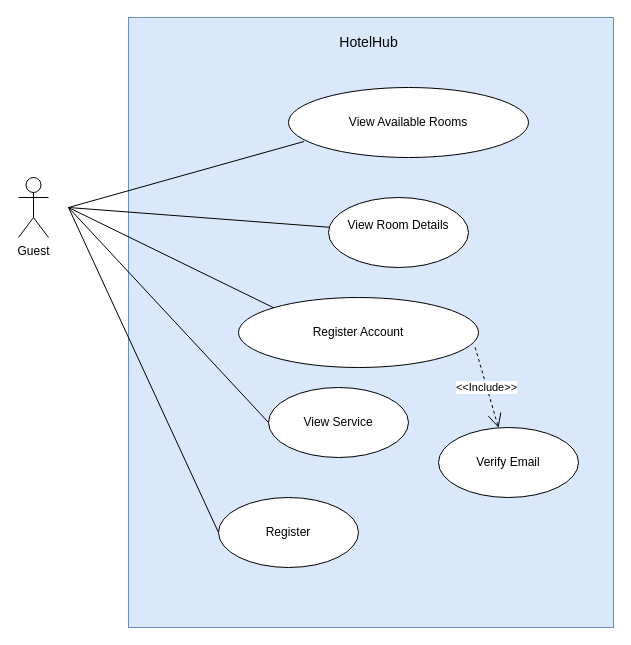
Before: page "UCs for Online-Guest" (1 of 4) of UseCase.drawio in toikobi401/SWP391_HotelManagement, a draw.io diagram. Source tidied: cells renumbered, new cells numbered last; positions are measured from the earlier drawing's top-left corner, leaving out a move shared by most shapes. Both pictures are drawn from the tidied source at 100%, with x=0, y=0 at pixel (18, 17).
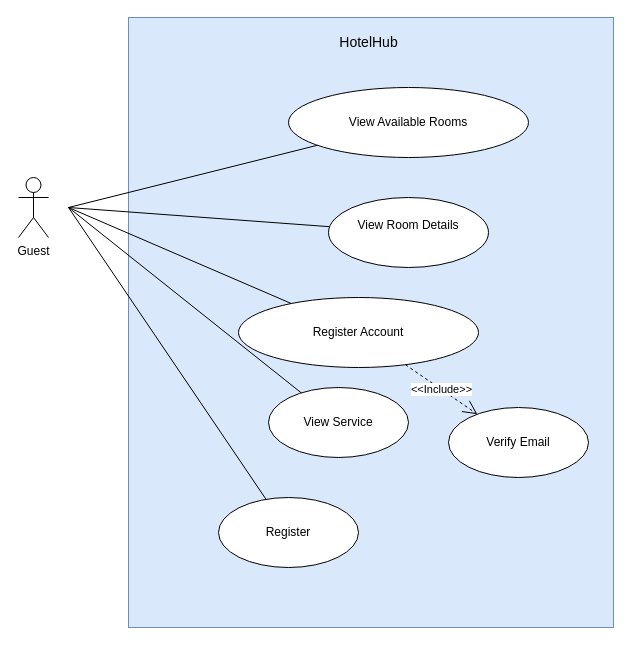
The same page after the edit.

The change refers to these unchanged cells:
```xml
<mxCell id="4" value="View Available Rooms" style="ellipse;whiteSpace=wrap;html=1;" parent="1" vertex="1">
  <mxGeometry x="270" y="70" width="240" height="70" as="geometry" />
</mxCell>
<mxCell id="8" value="Register Account" style="ellipse;whiteSpace=wrap;html=1;" parent="1" vertex="1">
  <mxGeometry x="220" y="280" width="240" height="70" as="geometry" />
</mxCell>
<mxCell id="9" value="View Service" style="ellipse;whiteSpace=wrap;html=1;" parent="1" vertex="1">
  <mxGeometry x="250" y="370" width="140" height="70" as="geometry" />
</mxCell>
<mxCell id="10" value="Register" style="ellipse;whiteSpace=wrap;html=1;" parent="1" vertex="1">
  <mxGeometry x="200" y="480" width="140" height="70" as="geometry" />
</mxCell>
```

Diff of the diagram source:
```diff
@@
-    <mxCell id="5" style="endArrow=none;html=1;rounded=0;entryX=0.065;entryY=0.771;entryDx=0;entryDy=0;entryPerimeter=0;" parent="1" edge="1" target="4">
+    <mxCell id="5" style="endArrow=none;html=1;rounded=0;" parent="1" edge="1" target="4">
       <mxGeometry relative="1" as="geometry">
         <mxPoint x="50" y="190" as="sourcePoint" />
       </mxGeometry>
     </mxCell>
@@
     <mxCell id="7" value="&#10;View Room Details&#10;&#10;" style="ellipse;whiteSpace=wrap;html=1;" parent="1" vertex="1">
-      <mxGeometry x="310" y="180" width="140" height="70" as="geometry" />
+      <mxGeometry x="310" y="180" width="160" height="70" as="geometry" />
     </mxCell>
@@
-    <mxCell id="11" style="endArrow=none;html=1;rounded=0;entryX=0;entryY=0;entryDx=0;entryDy=0;" parent="1" edge="1" target="8">
+    <mxCell id="11" style="endArrow=none;html=1;rounded=0;" parent="1" edge="1" target="8">
       <mxGeometry relative="1" as="geometry">
         <mxPoint x="50" y="190" as="sourcePoint" />
       </mxGeometry>
     </mxCell>
-    <mxCell id="12" style="endArrow=none;html=1;rounded=0;entryX=0;entryY=0.5;entryDx=0;entryDy=0;" parent="1" edge="1" target="9">
+    <mxCell id="12" style="endArrow=none;html=1;rounded=0;" parent="1" edge="1" target="9">
       <mxGeometry relative="1" as="geometry">
         <mxPoint x="50" y="190" as="sourcePoint" />
       </mxGeometry>
     </mxCell>
-    <mxCell id="13" style="endArrow=none;html=1;rounded=0;entryX=0;entryY=0.5;entryDx=0;entryDy=0;" parent="1" edge="1" target="10">
+    <mxCell id="13" style="endArrow=none;html=1;rounded=0;" parent="1" edge="1" target="10">
       <mxGeometry relative="1" as="geometry">
         <mxPoint x="50" y="190" as="sourcePoint" />
       </mxGeometry>
     </mxCell>
-    <mxCell id="14" value="&amp;lt;&amp;lt;Include&amp;gt;&amp;gt;" style="endArrow=open;endSize=12;dashed=1;html=1;rounded=0;exitX=0.986;exitY=0.713;exitDx=0;exitDy=0;exitPerimeter=0;" parent="1" edge="1" source="8" target="15">
+    <mxCell id="14" value="&amp;lt;&amp;lt;Include&amp;gt;&amp;gt;" style="endArrow=open;endSize=12;dashed=1;html=1;rounded=0;" parent="1" edge="1" source="8" target="15">
       <mxGeometry relative="1" as="geometry" />
     </mxCell>
     <mxCell id="15" value="Verify Email" style="ellipse;whiteSpace=wrap;html=1;" parent="1" vertex="1">
-      <mxGeometry x="420" y="410" width="140" height="70" as="geometry" />
+      <mxGeometry x="430" y="390" width="140" height="70" as="geometry" />
     </mxCell>
```
